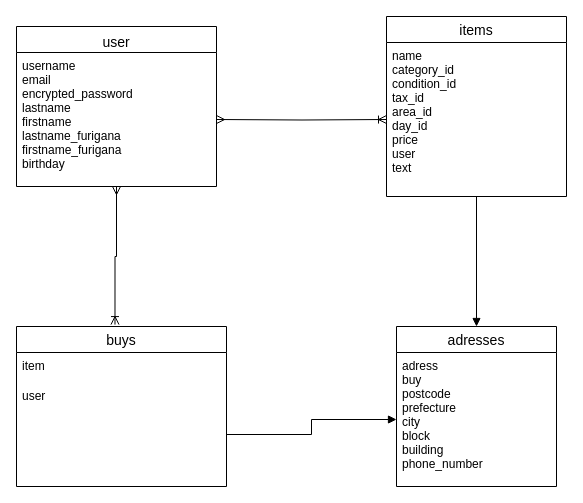
The draw.io diagram furima-34246.dio in harukihiroyuki/furima-34246, before the edit. Source tidied: cells renumbered, new cells numbered last; positions are measured from the earlier drawing's top-left corner, leaving out a move shared by most shapes. Both pictures are drawn from the tidied source at 100%, with x=0, y=0 at pixel (16, 16).
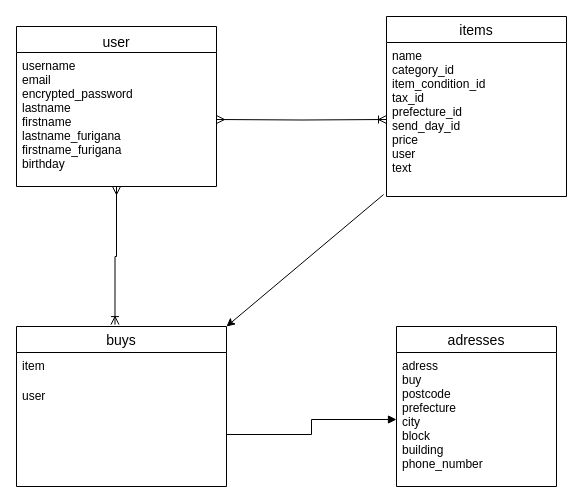
Above is the later version.

Diff of the diagram source:
```diff
@@
 <mxGraphModel>
   <root>
     <mxCell id="0" />
     <mxCell id="1" parent="0" />
     <mxCell id="2" style="edgeStyle=orthogonalEdgeStyle;rounded=0;jettySize=auto;html=1;entryX=0.469;entryY=-0.012;entryDx=0;entryDy=0;entryPerimeter=0;startArrow=ERmany;startFill=0;endArrow=ERoneToMany;endFill=0;" parent="1" edge="1" source="3" target="8">
       <mxGeometry relative="1" as="geometry" />
     </mxCell>
     <mxCell id="3" value="user" style="swimlane;fontStyle=0;horizontal=1;startSize=26;align=center;fontSize=14;verticalAlign=bottom;" parent="1" vertex="1">
       <mxGeometry y="10" width="200" height="160" as="geometry" />
     </mxCell>
     <mxCell id="4" value="username&#10;email&#10;encrypted_password&#10;lastname&#10;firstname&#10;lastname_furigana&#10;firstname_furigana&#10;birthday&#10;" style="text;strokeColor=none;fillColor=none;spacingLeft=4;spacingRight=4;overflow=hidden;fontSize=12;" parent="3" vertex="1">
       <mxGeometry y="26" width="200" height="134" as="geometry" />
     </mxCell>
-    <mxCell id="5" style="edgeStyle=orthogonalEdgeStyle;rounded=0;jettySize=auto;html=1;entryX=0.5;entryY=0;entryDx=0;entryDy=0;startArrow=none;startFill=0;endArrow=block;endFill=1;" parent="1" edge="1" source="6" target="11">
-      <mxGeometry relative="1" as="geometry" />
-    </mxCell>
     <mxCell id="6" value="items" style="swimlane;fontStyle=0;horizontal=1;startSize=26;align=center;fontSize=14;" parent="1" vertex="1">
       <mxGeometry x="370" width="180" height="180" as="geometry" />
     </mxCell>
-    <mxCell id="7" value="name&#10;category_id&#10;condition_id&#10;tax_id&#10;area_id&#10;day_id&#10;price&#10;user&#10;text&#10;" style="text;strokeColor=none;fillColor=none;spacingLeft=4;spacingRight=4;overflow=hidden;points=[[0,0.5],[1,0.5]];portConstraint=eastwest;fontSize=12;" parent="6" vertex="1">
+    <mxCell id="7" value="name&#10;category_id&#10;item_condition_id&#10;tax_id&#10;prefecture_id&#10;send_day_id&#10;price&#10;user&#10;text&#10;" style="text;strokeColor=none;fillColor=none;spacingLeft=4;spacingRight=4;overflow=hidden;points=[[0,0.5],[1,0.5]];portConstraint=eastwest;fontSize=12;" parent="6" vertex="1">
       <mxGeometry y="26" width="180" height="154" as="geometry" />
     </mxCell>
     <mxCell id="8" value="buys" style="swimlane;fontStyle=0;horizontal=1;startSize=26;align=center;fontSize=14;" parent="1" vertex="1">
       <mxGeometry y="310" width="210" height="160" as="geometry" />
     </mxCell>
     <mxCell id="9" value="item" style="text;strokeColor=none;fillColor=none;spacingLeft=4;spacingRight=4;overflow=hidden;fontSize=12;" parent="8" vertex="1">
       <mxGeometry y="26" width="210" height="30" as="geometry" />
     </mxCell>
     <mxCell id="10" value="user" style="text;strokeColor=none;fillColor=none;spacingLeft=4;spacingRight=4;overflow=hidden;points=[[0,0.5],[1,0.5]];portConstraint=eastwest;fontSize=12;" parent="8" vertex="1">
       <mxGeometry y="56" width="210" height="104" as="geometry" />
     </mxCell>
     <mxCell id="11" value="adresses" style="swimlane;fontStyle=0;horizontal=1;startSize=26;align=center;fontSize=14;" parent="1" vertex="1">
       <mxGeometry x="380" y="310" width="160" height="160" as="geometry" />
     </mxCell>
     <mxCell id="12" value="adress&#10;buy&#10;postcode&#10;prefecture&#10;city&#10;block&#10;building&#10;phone_number&#10;" style="text;strokeColor=none;fillColor=none;spacingLeft=4;spacingRight=4;overflow=hidden;points=[[0,0.5],[1,0.5]];portConstraint=eastwest;fontSize=12;" parent="11" vertex="1">
       <mxGeometry y="26" width="160" height="134" as="geometry" />
     </mxCell>
     <mxCell id="13" style="edgeStyle=orthogonalEdgeStyle;rounded=0;jettySize=auto;html=1;entryX=0;entryY=0.5;entryDx=0;entryDy=0;startArrow=ERmany;startFill=0;endArrow=ERoneToMany;endFill=0;" parent="1" edge="1" target="7">
       <mxGeometry relative="1" as="geometry">
         <mxPoint x="200" y="103" as="sourcePoint" />
       </mxGeometry>
     </mxCell>
     <mxCell id="14" style="edgeStyle=orthogonalEdgeStyle;rounded=0;jettySize=auto;html=1;startArrow=none;startFill=0;endArrow=block;endFill=1;" parent="1" edge="1" source="10" target="12">
       <mxGeometry relative="1" as="geometry" />
     </mxCell>
+    <mxCell id="15" style="endArrow=classic;html=1;entryX=1;entryY=0;entryDx=0;entryDy=0;exitX=-0.016;exitY=0.987;exitDx=0;exitDy=0;exitPerimeter=0;" parent="1" edge="1" source="7" target="8">
+      <mxGeometry relative="1" as="geometry" />
+    </mxCell>
   </root>
 </mxGraphModel>
```
